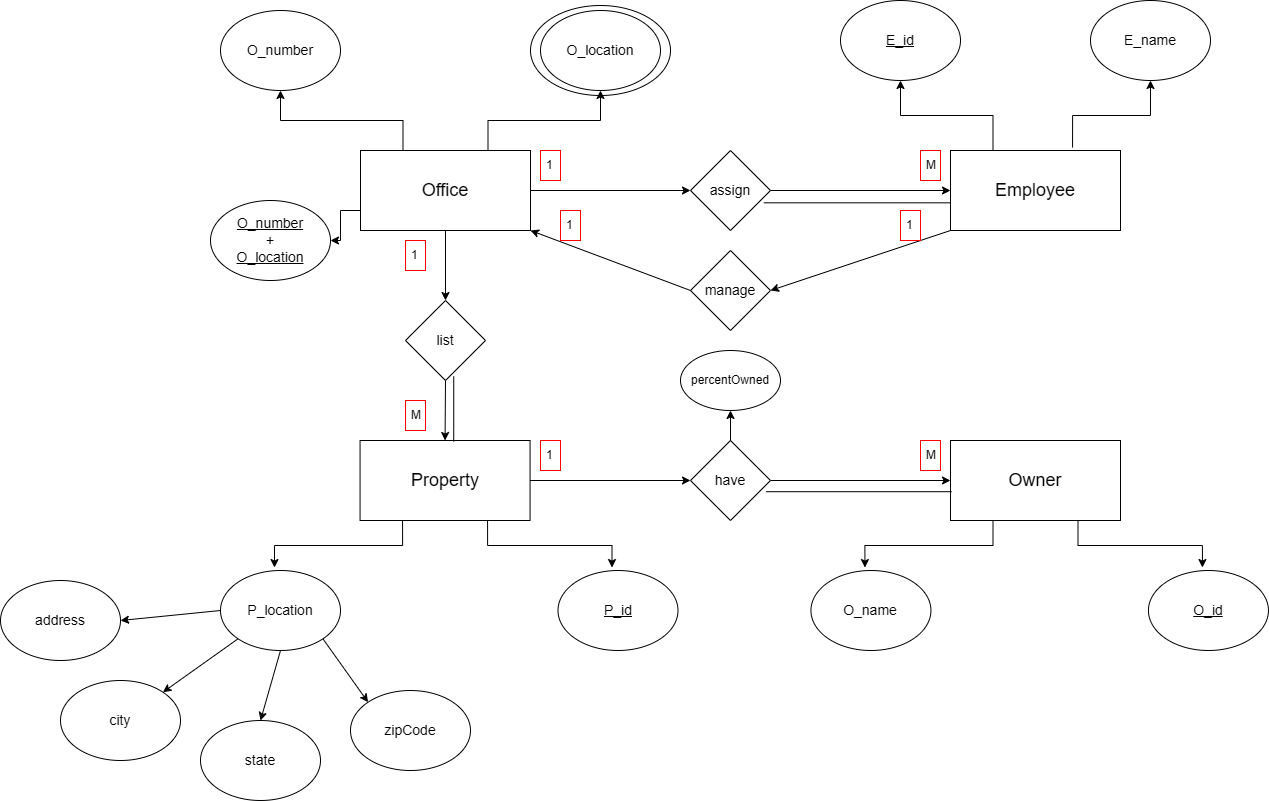
The draw.io diagram labs/Database/Lab_1/Problem_2.png in ku18m/iti-dotnet, before a commit. Source tidied: cells renumbered, new cells last; positions are measured from the earlier drawing's top-left corner, leaving out a move shared by most shapes. Source of this version:
```xml
<mxGraphModel>
  <root>
    <mxCell id="0" />
    <mxCell id="1" parent="0" />
    <mxCell id="2" style="ellipse;whiteSpace=wrap;html=1;" parent="1" vertex="1">
      <mxGeometry x="530" y="5" width="140" height="90" as="geometry" />
    </mxCell>
    <mxCell id="3" style="edgeStyle=orthogonalEdgeStyle;rounded=0;jettySize=auto;html=1;exitX=0.25;exitY=0;exitDx=0;exitDy=0;entryX=0.5;entryY=1;entryDx=0;entryDy=0;" parent="1" edge="1" source="4" target="5">
      <mxGeometry relative="1" as="geometry" />
    </mxCell>
    <mxCell id="4" value="&lt;font style=&quot;font-size: 18px;&quot;&gt;Office&lt;/font&gt;" style="rounded=0;whiteSpace=wrap;html=1;" parent="1" vertex="1">
      <mxGeometry x="360" y="150" width="170" height="80" as="geometry" />
    </mxCell>
    <mxCell id="5" value="&lt;font style=&quot;font-size: 14px;&quot;&gt;O_number&lt;/font&gt;" style="ellipse;whiteSpace=wrap;html=1;" parent="1" vertex="1">
      <mxGeometry x="220" y="10" width="120" height="80" as="geometry" />
    </mxCell>
    <mxCell id="6" style="edgeStyle=orthogonalEdgeStyle;rounded=0;jettySize=auto;html=1;exitX=0.75;exitY=0;exitDx=0;exitDy=0;entryX=0.5;entryY=1;entryDx=0;entryDy=0;" parent="1" edge="1" source="4" target="7">
      <mxGeometry relative="1" as="geometry" />
    </mxCell>
    <mxCell id="7" value="&lt;font style=&quot;font-size: 14px;&quot;&gt;O_location&lt;/font&gt;" style="ellipse;whiteSpace=wrap;html=1;" parent="1" vertex="1">
      <mxGeometry x="540" y="10" width="120" height="80" as="geometry" />
    </mxCell>
    <mxCell id="8" value="&lt;font style=&quot;font-size: 18px;&quot;&gt;Employee&lt;/font&gt;" style="rounded=0;whiteSpace=wrap;html=1;" parent="1" vertex="1">
      <mxGeometry x="950" y="150" width="170" height="80" as="geometry" />
    </mxCell>
    <mxCell id="9" value="&lt;font style=&quot;font-size: 14px;&quot;&gt;&lt;u&gt;E_id&lt;/u&gt;&lt;/font&gt;" style="ellipse;whiteSpace=wrap;html=1;" parent="1" vertex="1">
      <mxGeometry x="840" width="120" height="80" as="geometry" />
    </mxCell>
    <mxCell id="10" style="edgeStyle=orthogonalEdgeStyle;rounded=0;jettySize=auto;html=1;exitX=0.25;exitY=0;exitDx=0;exitDy=0;entryX=0.5;entryY=1;entryDx=0;entryDy=0;" parent="1" edge="1" source="8" target="9">
      <mxGeometry relative="1" as="geometry" />
    </mxCell>
    <mxCell id="11" value="&lt;font style=&quot;font-size: 14px;&quot;&gt;E_name&lt;/font&gt;" style="ellipse;whiteSpace=wrap;html=1;" parent="1" vertex="1">
      <mxGeometry x="1090" width="120" height="80" as="geometry" />
    </mxCell>
    <mxCell id="12" style="edgeStyle=orthogonalEdgeStyle;rounded=0;jettySize=auto;html=1;exitX=0.718;exitY=-0.037;exitDx=0;exitDy=0;entryX=0.5;entryY=1;entryDx=0;entryDy=0;exitPerimeter=0;" parent="1" edge="1" source="8" target="11">
      <mxGeometry relative="1" as="geometry" />
    </mxCell>
    <mxCell id="13" value="&lt;font style=&quot;font-size: 18px;&quot;&gt;Owner&lt;/font&gt;" style="rounded=0;whiteSpace=wrap;html=1;" parent="1" vertex="1">
      <mxGeometry x="950" y="440" width="170" height="80" as="geometry" />
    </mxCell>
    <mxCell id="14" style="edgeStyle=orthogonalEdgeStyle;rounded=0;jettySize=auto;html=1;exitX=0.75;exitY=1;exitDx=0;exitDy=0;entryX=0.45;entryY=-0.037;entryDx=0;entryDy=0;entryPerimeter=0;" parent="1" edge="1" source="13" target="15">
      <mxGeometry relative="1" as="geometry" />
    </mxCell>
    <mxCell id="15" value="&lt;font style=&quot;font-size: 14px;&quot;&gt;&lt;u&gt;O_id&lt;/u&gt;&lt;/font&gt;" style="ellipse;whiteSpace=wrap;html=1;" parent="1" vertex="1">
      <mxGeometry x="1147.9" y="570" width="120" height="80" as="geometry" />
    </mxCell>
    <mxCell id="16" value="&lt;font style=&quot;font-size: 14px;&quot;&gt;O_name&lt;/font&gt;" style="ellipse;whiteSpace=wrap;html=1;" parent="1" vertex="1">
      <mxGeometry x="810.4" y="570" width="120" height="80" as="geometry" />
    </mxCell>
    <mxCell id="17" style="edgeStyle=orthogonalEdgeStyle;rounded=0;jettySize=auto;html=1;exitX=0.25;exitY=1;exitDx=0;exitDy=0;entryX=0.45;entryY=-0.037;entryDx=0;entryDy=0;entryPerimeter=0;" parent="1" edge="1" source="13" target="16">
      <mxGeometry relative="1" as="geometry" />
    </mxCell>
    <mxCell id="18" value="&lt;font style=&quot;font-size: 14px;&quot;&gt;&lt;u&gt;O_number&lt;/u&gt;&lt;/font&gt;&lt;div&gt;&lt;font style=&quot;font-size: 14px;&quot;&gt;+&lt;/font&gt;&lt;/div&gt;&lt;div&gt;&lt;font style=&quot;font-size: 14px;&quot;&gt;&lt;u&gt;O_location&lt;/u&gt;&lt;/font&gt;&lt;/div&gt;" style="ellipse;whiteSpace=wrap;html=1;" parent="1" vertex="1">
      <mxGeometry x="210" y="200" width="120" height="80" as="geometry" />
    </mxCell>
    <mxCell id="19" style="edgeStyle=orthogonalEdgeStyle;rounded=0;jettySize=auto;html=1;exitX=0;exitY=0.75;exitDx=0;exitDy=0;entryX=1;entryY=0.5;entryDx=0;entryDy=0;" parent="1" edge="1" source="4" target="18">
      <mxGeometry relative="1" as="geometry" />
    </mxCell>
    <mxCell id="20" style="endArrow=classic;html=1;rounded=0;entryX=0;entryY=0.5;entryDx=0;entryDy=0;exitX=1;exitY=0.5;exitDx=0;exitDy=0;" parent="1" edge="1" source="24" target="8">
      <mxGeometry relative="1" as="geometry" />
    </mxCell>
    <mxCell id="21" value="M" style="text;strokeColor=#FF0000;fillColor=none;align=left;verticalAlign=middle;spacingLeft=4;spacingRight=4;overflow=hidden;whiteSpace=wrap;html=1;" parent="1" vertex="1">
      <mxGeometry x="920" y="150" width="20" height="30" as="geometry" />
    </mxCell>
    <mxCell id="22" value="1" style="text;strokeColor=#FF0000;fillColor=none;align=left;verticalAlign=middle;spacingLeft=4;spacingRight=4;overflow=hidden;whiteSpace=wrap;html=1;" parent="1" vertex="1">
      <mxGeometry x="540" y="150" width="20" height="30" as="geometry" />
    </mxCell>
    <mxCell id="23" style="endArrow=classic;html=1;rounded=0;entryX=0;entryY=0.5;entryDx=0;entryDy=0;exitX=1;exitY=0.5;exitDx=0;exitDy=0;" parent="1" edge="1" source="4" target="24">
      <mxGeometry relative="1" as="geometry" />
    </mxCell>
    <mxCell id="24" value="&lt;font style=&quot;font-size: 14px;&quot;&gt;assign&lt;/font&gt;" style="rhombus;whiteSpace=wrap;html=1;" parent="1" vertex="1">
      <mxGeometry x="690" y="150" width="80" height="80" as="geometry" />
    </mxCell>
    <mxCell id="25" style="endArrow=none;html=1;rounded=0;entryX=-0.001;entryY=0.654;entryDx=0;entryDy=0;entryPerimeter=0;exitX=0.915;exitY=0.654;exitDx=0;exitDy=0;exitPerimeter=0;" parent="1" edge="1" source="24" target="8">
      <mxGeometry relative="1" as="geometry" />
    </mxCell>
    <mxCell id="26" value="&lt;font style=&quot;font-size: 14px;&quot;&gt;manage&lt;/font&gt;" style="rhombus;whiteSpace=wrap;html=1;" parent="1" vertex="1">
      <mxGeometry x="690" y="250" width="80" height="80" as="geometry" />
    </mxCell>
    <mxCell id="27" style="endArrow=classic;html=1;rounded=0;exitX=0;exitY=1;exitDx=0;exitDy=0;entryX=1;entryY=0.5;entryDx=0;entryDy=0;" parent="1" edge="1" source="8" target="26">
      <mxGeometry relative="1" as="geometry" />
    </mxCell>
    <mxCell id="28" style="endArrow=classic;html=1;rounded=0;entryX=1;entryY=1;entryDx=0;entryDy=0;exitX=0;exitY=0.5;exitDx=0;exitDy=0;" parent="1" edge="1" source="26" target="4">
      <mxGeometry relative="1" as="geometry" />
    </mxCell>
    <mxCell id="29" value="1" style="text;strokeColor=#FF0000;fillColor=none;align=left;verticalAlign=middle;spacingLeft=4;spacingRight=4;overflow=hidden;whiteSpace=wrap;html=1;" parent="1" vertex="1">
      <mxGeometry x="560" y="210" width="20" height="30" as="geometry" />
    </mxCell>
    <mxCell id="30" value="1" style="text;strokeColor=#FF0000;fillColor=none;align=left;verticalAlign=middle;spacingLeft=4;spacingRight=4;overflow=hidden;whiteSpace=wrap;html=1;" parent="1" vertex="1">
      <mxGeometry x="900" y="210" width="20" height="30" as="geometry" />
    </mxCell>
    <mxCell id="31" value="&lt;font style=&quot;font-size: 18px;&quot;&gt;Property&lt;/font&gt;" style="rounded=0;whiteSpace=wrap;html=1;" parent="1" vertex="1">
      <mxGeometry x="359.6" y="440" width="170" height="80" as="geometry" />
    </mxCell>
    <mxCell id="32" style="edgeStyle=orthogonalEdgeStyle;rounded=0;jettySize=auto;html=1;exitX=0.75;exitY=1;exitDx=0;exitDy=0;entryX=0.45;entryY=-0.037;entryDx=0;entryDy=0;entryPerimeter=0;" parent="1" edge="1" source="31" target="33">
      <mxGeometry relative="1" as="geometry" />
    </mxCell>
    <mxCell id="33" value="&lt;font style=&quot;font-size: 14px;&quot;&gt;&lt;u&gt;P_id&lt;/u&gt;&lt;/font&gt;" style="ellipse;whiteSpace=wrap;html=1;" parent="1" vertex="1">
      <mxGeometry x="557.5" y="570" width="120" height="80" as="geometry" />
    </mxCell>
    <mxCell id="34" value="&lt;font style=&quot;font-size: 14px;&quot;&gt;P_location&lt;/font&gt;" style="ellipse;whiteSpace=wrap;html=1;" parent="1" vertex="1">
      <mxGeometry x="220" y="570" width="120" height="80" as="geometry" />
    </mxCell>
    <mxCell id="35" style="edgeStyle=orthogonalEdgeStyle;rounded=0;jettySize=auto;html=1;exitX=0.25;exitY=1;exitDx=0;exitDy=0;entryX=0.45;entryY=-0.037;entryDx=0;entryDy=0;entryPerimeter=0;" parent="1" edge="1" source="31" target="34">
      <mxGeometry relative="1" as="geometry" />
    </mxCell>
    <mxCell id="36" value="&lt;font style=&quot;font-size: 14px;&quot;&gt;city&lt;/font&gt;" style="ellipse;whiteSpace=wrap;html=1;" parent="1" vertex="1">
      <mxGeometry x="60" y="680" width="120" height="80" as="geometry" />
    </mxCell>
    <mxCell id="37" value="&lt;font style=&quot;font-size: 14px;&quot;&gt;state&lt;/font&gt;" style="ellipse;whiteSpace=wrap;html=1;" parent="1" vertex="1">
      <mxGeometry x="200" y="720" width="120" height="80" as="geometry" />
    </mxCell>
    <mxCell id="38" value="&lt;font style=&quot;font-size: 14px;&quot;&gt;address&lt;/font&gt;" style="ellipse;whiteSpace=wrap;html=1;" parent="1" vertex="1">
      <mxGeometry y="580" width="120" height="80" as="geometry" />
    </mxCell>
    <mxCell id="39" value="&lt;font style=&quot;font-size: 14px;&quot;&gt;zipCode&lt;/font&gt;" style="ellipse;whiteSpace=wrap;html=1;" parent="1" vertex="1">
      <mxGeometry x="350" y="690" width="120" height="80" as="geometry" />
    </mxCell>
    <mxCell id="40" style="endArrow=classic;html=1;rounded=0;exitX=0;exitY=0.5;exitDx=0;exitDy=0;entryX=1;entryY=0.5;entryDx=0;entryDy=0;" parent="1" edge="1" source="34" target="38">
      <mxGeometry relative="1" as="geometry" />
    </mxCell>
    <mxCell id="41" style="endArrow=classic;html=1;rounded=0;entryX=1;entryY=0;entryDx=0;entryDy=0;exitX=0;exitY=1;exitDx=0;exitDy=0;" parent="1" edge="1" source="34" target="36">
      <mxGeometry relative="1" as="geometry" />
    </mxCell>
    <mxCell id="42" style="endArrow=classic;html=1;rounded=0;entryX=0.5;entryY=0;entryDx=0;entryDy=0;exitX=0.5;exitY=1;exitDx=0;exitDy=0;" parent="1" edge="1" source="34" target="37">
      <mxGeometry relative="1" as="geometry" />
    </mxCell>
    <mxCell id="43" style="endArrow=classic;html=1;rounded=0;entryX=0;entryY=0;entryDx=0;entryDy=0;exitX=1;exitY=1;exitDx=0;exitDy=0;" parent="1" edge="1" source="34" target="39">
      <mxGeometry relative="1" as="geometry" />
    </mxCell>
    <mxCell id="44" style="endArrow=classic;html=1;rounded=0;exitX=0.5;exitY=1;exitDx=0;exitDy=0;entryX=0.5;entryY=0;entryDx=0;entryDy=0;" parent="1" edge="1" source="46" target="31">
      <mxGeometry relative="1" as="geometry" />
    </mxCell>
    <mxCell id="45" style="endArrow=classic;html=1;rounded=0;exitX=0.5;exitY=1;exitDx=0;exitDy=0;entryX=0.5;entryY=0;entryDx=0;entryDy=0;" parent="1" edge="1" source="4" target="46">
      <mxGeometry relative="1" as="geometry" />
    </mxCell>
    <mxCell id="46" value="&lt;font style=&quot;font-size: 14px;&quot;&gt;list&lt;/font&gt;" style="rhombus;whiteSpace=wrap;html=1;" parent="1" vertex="1">
      <mxGeometry x="405" y="300" width="80" height="80" as="geometry" />
    </mxCell>
    <mxCell id="47" value="1" style="text;strokeColor=#FF0000;fillColor=none;align=left;verticalAlign=middle;spacingLeft=4;spacingRight=4;overflow=hidden;whiteSpace=wrap;html=1;" parent="1" vertex="1">
      <mxGeometry x="405" y="240" width="20" height="30" as="geometry" />
    </mxCell>
    <mxCell id="48" value="M" style="text;strokeColor=#FF0000;fillColor=none;align=left;verticalAlign=middle;spacingLeft=4;spacingRight=4;overflow=hidden;whiteSpace=wrap;html=1;" parent="1" vertex="1">
      <mxGeometry x="405" y="400" width="20" height="30" as="geometry" />
    </mxCell>
    <mxCell id="49" style="endArrow=none;html=1;rounded=0;exitX=0.603;exitY=0.946;exitDx=0;exitDy=0;exitPerimeter=0;entryX=0.551;entryY=0.015;entryDx=0;entryDy=0;entryPerimeter=0;" parent="1" edge="1" source="46" target="31">
      <mxGeometry relative="1" as="geometry" />
    </mxCell>
    <mxCell id="50" style="endArrow=classic;html=1;rounded=0;exitX=1;exitY=0.5;exitDx=0;exitDy=0;entryX=0;entryY=0.5;entryDx=0;entryDy=0;" parent="1" edge="1" source="52" target="13">
      <mxGeometry relative="1" as="geometry" />
    </mxCell>
    <mxCell id="51" style="endArrow=classic;html=1;rounded=0;exitX=1;exitY=0.5;exitDx=0;exitDy=0;entryX=0;entryY=0.5;entryDx=0;entryDy=0;" parent="1" edge="1" source="31" target="52">
      <mxGeometry relative="1" as="geometry" />
    </mxCell>
    <mxCell id="52" value="&lt;font style=&quot;font-size: 14px;&quot;&gt;have&lt;/font&gt;" style="rhombus;whiteSpace=wrap;html=1;" parent="1" vertex="1">
      <mxGeometry x="690" y="440" width="80" height="80" as="geometry" />
    </mxCell>
    <mxCell id="53" value="1" style="text;strokeColor=#FF0000;fillColor=none;align=left;verticalAlign=middle;spacingLeft=4;spacingRight=4;overflow=hidden;whiteSpace=wrap;html=1;" parent="1" vertex="1">
      <mxGeometry x="540" y="440" width="20" height="30" as="geometry" />
    </mxCell>
    <mxCell id="54" value="M" style="text;strokeColor=#FF0000;fillColor=none;align=left;verticalAlign=middle;spacingLeft=4;spacingRight=4;overflow=hidden;whiteSpace=wrap;html=1;" parent="1" vertex="1">
      <mxGeometry x="920" y="440" width="20" height="30" as="geometry" />
    </mxCell>
    <mxCell id="55" style="endArrow=none;html=1;rounded=0;entryX=0.006;entryY=0.64;entryDx=0;entryDy=0;entryPerimeter=0;exitX=0.943;exitY=0.64;exitDx=0;exitDy=0;exitPerimeter=0;" parent="1" edge="1" source="52" target="13">
      <mxGeometry relative="1" as="geometry" />
    </mxCell>
    <mxCell id="56" style="endArrow=classic;html=1;rounded=0;exitX=0.5;exitY=0;exitDx=0;exitDy=0;entryX=0.5;entryY=1;entryDx=0;entryDy=0;" parent="1" edge="1" source="52" target="57">
      <mxGeometry relative="1" as="geometry" />
    </mxCell>
    <mxCell id="57" value="percentOwned" style="ellipse;whiteSpace=wrap;html=1;" parent="1" vertex="1">
      <mxGeometry x="680" y="350" width="100" height="60" as="geometry" />
    </mxCell>
  </root>
</mxGraphModel>
```
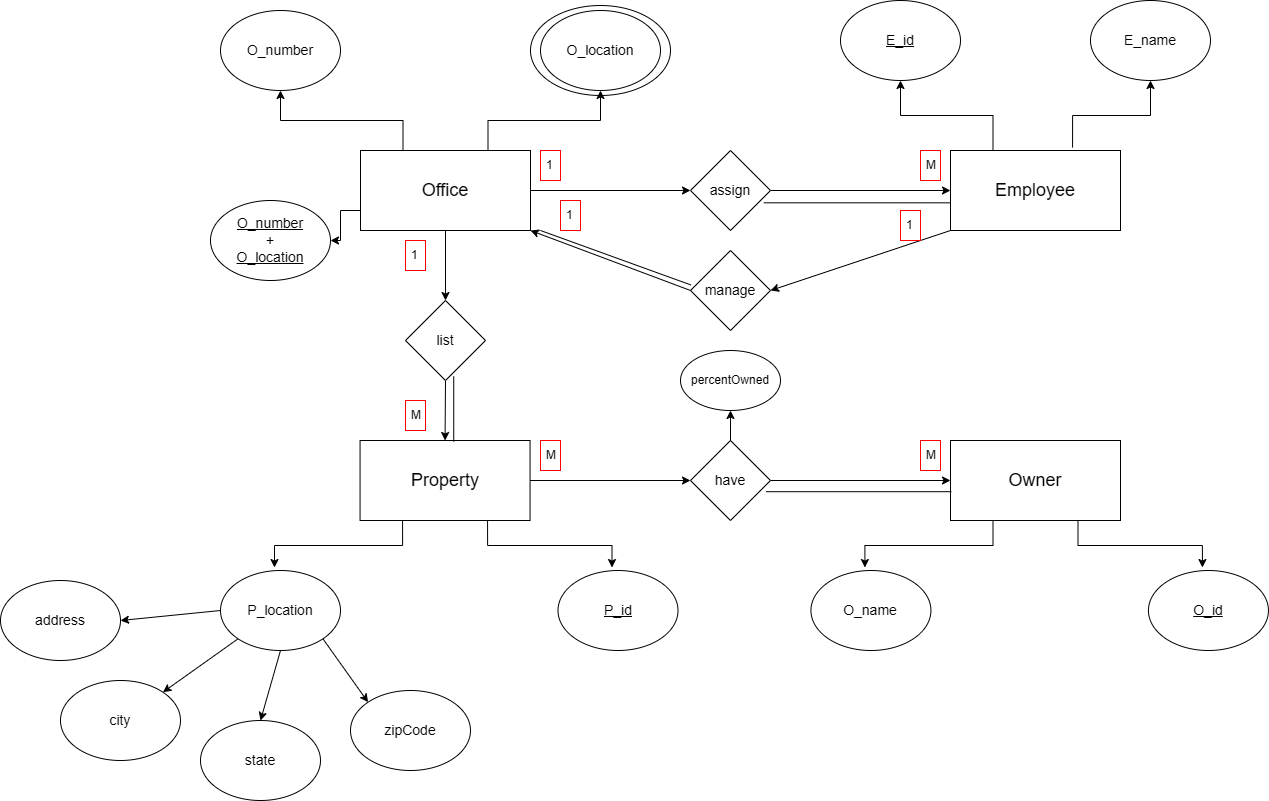
After the commit.

What changed in the source:
```diff
@@ -84,7 +84,7 @@
       <mxGeometry relative="1" as="geometry" />
     </mxCell>
     <mxCell id="29" value="1" style="text;strokeColor=#FF0000;fillColor=none;align=left;verticalAlign=middle;spacingLeft=4;spacingRight=4;overflow=hidden;whiteSpace=wrap;html=1;" parent="1" vertex="1">
-      <mxGeometry x="560" y="210" width="20" height="30" as="geometry" />
+      <mxGeometry x="560" y="200" width="20" height="30" as="geometry" />
     </mxCell>
     <mxCell id="30" value="1" style="text;strokeColor=#FF0000;fillColor=none;align=left;verticalAlign=middle;spacingLeft=4;spacingRight=4;overflow=hidden;whiteSpace=wrap;html=1;" parent="1" vertex="1">
       <mxGeometry x="900" y="210" width="20" height="30" as="geometry" />
@@ -155,7 +155,7 @@
     <mxCell id="52" value="&lt;font style=&quot;font-size: 14px;&quot;&gt;have&lt;/font&gt;" style="rhombus;whiteSpace=wrap;html=1;" parent="1" vertex="1">
       <mxGeometry x="690" y="440" width="80" height="80" as="geometry" />
     </mxCell>
-    <mxCell id="53" value="1" style="text;strokeColor=#FF0000;fillColor=none;align=left;verticalAlign=middle;spacingLeft=4;spacingRight=4;overflow=hidden;whiteSpace=wrap;html=1;" parent="1" vertex="1">
+    <mxCell id="53" value="M" style="text;strokeColor=#FF0000;fillColor=none;align=left;verticalAlign=middle;spacingLeft=4;spacingRight=4;overflow=hidden;whiteSpace=wrap;html=1;" parent="1" vertex="1">
       <mxGeometry x="540" y="440" width="20" height="30" as="geometry" />
     </mxCell>
     <mxCell id="54" value="M" style="text;strokeColor=#FF0000;fillColor=none;align=left;verticalAlign=middle;spacingLeft=4;spacingRight=4;overflow=hidden;whiteSpace=wrap;html=1;" parent="1" vertex="1">
@@ -170,5 +170,10 @@
     <mxCell id="57" value="percentOwned" style="ellipse;whiteSpace=wrap;html=1;" parent="1" vertex="1">
       <mxGeometry x="680" y="350" width="100" height="60" as="geometry" />
     </mxCell>
+    <mxCell id="58" style="endArrow=none;html=1;rounded=0;exitX=0.006;exitY=0.431;exitDx=0;exitDy=0;exitPerimeter=0;" parent="1" edge="1" source="26">
+      <mxGeometry relative="1" as="geometry">
+        <mxPoint x="540" y="230" as="targetPoint" />
+      </mxGeometry>
+    </mxCell>
   </root>
 </mxGraphModel>
```
